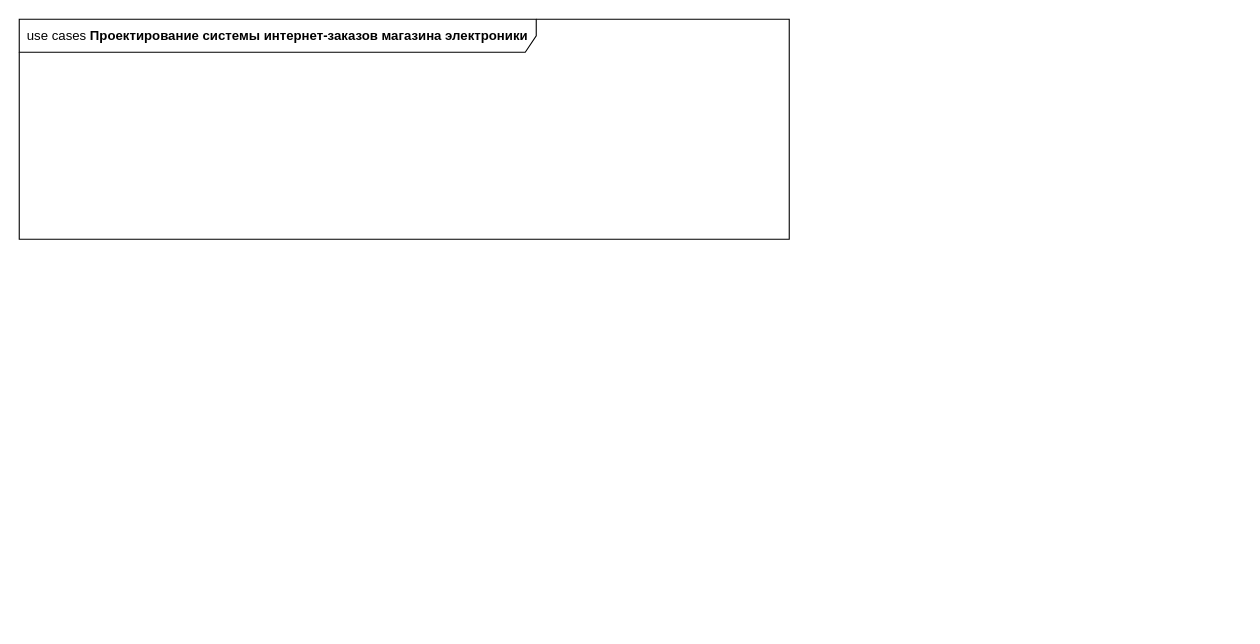
The draw.io diagram use_case.drawio in randomunrandom/MSS, before the edit. Source tidied: cells renumbered, new cells numbered last; positions are measured from the earlier drawing's top-left corner, leaving out a move shared by most shapes. Both pictures are drawn from the tidied source at 110%, with x=0, y=0 at pixel (19, 19).
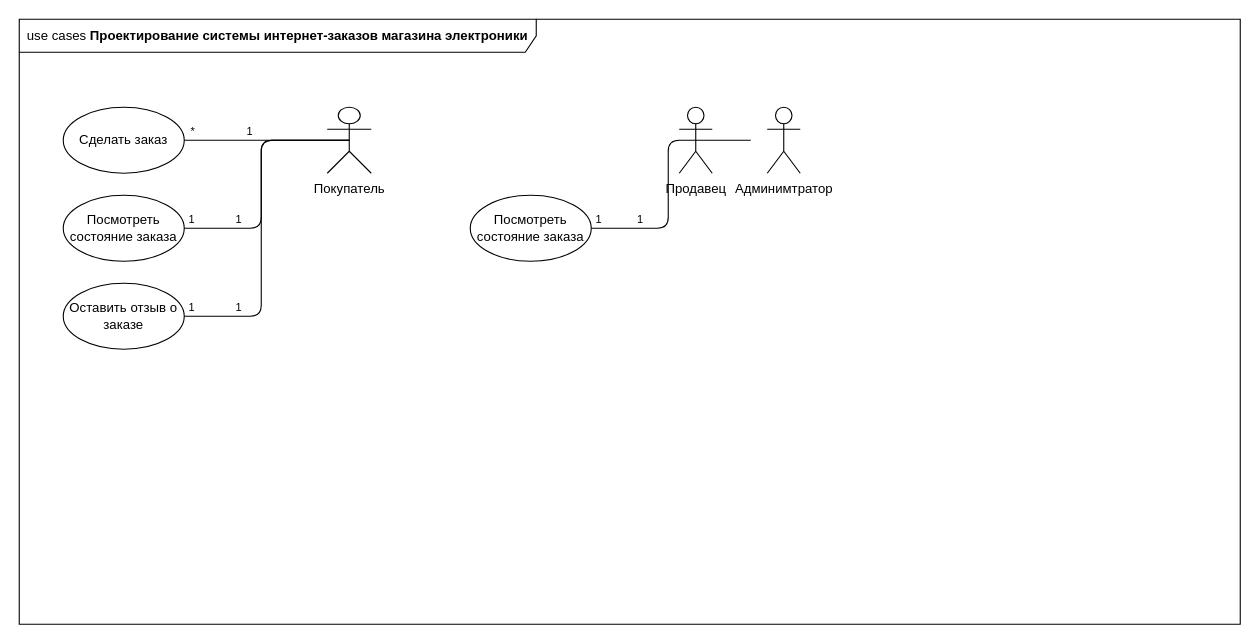
After the change.

Change to the diagram source:
```diff
@@
     <mxCell id="2" value="use cases &lt;b&gt;Проектирование системы интернет-заказов магазина электроники&lt;/b&gt;" style="shape=umlFrame;whiteSpace=wrap;html=1;width=470;height=30;" parent="1" vertex="1">
-      <mxGeometry width="700" height="200" as="geometry" />
+      <mxGeometry width="1110" height="550" as="geometry" />
     </mxCell>
+    <mxCell id="3" value="Покупатель" style="shape=umlActor;verticalLabelPosition=bottom;labelBackgroundColor=#ffffff;verticalAlign=top;html=1;" parent="1" vertex="1">
+      <mxGeometry x="280" y="80" width="40" height="60" as="geometry" />
+    </mxCell>
+    <mxCell id="4" value="Сделать заказ" style="ellipse;whiteSpace=wrap;html=1;fontFamily=Helvetica;fontSize=12;fontColor=#000000;align=center;strokeColor=#000000;fillColor=#ffffff;" parent="1" vertex="1">
+      <mxGeometry x="40" y="80" width="110" height="60" as="geometry" />
+    </mxCell>
+    <mxCell id="5" value="Продавец" style="shape=umlActor;verticalLabelPosition=bottom;labelBackgroundColor=#ffffff;verticalAlign=top;html=1;" parent="1" vertex="1">
+      <mxGeometry x="600" y="80" width="30" height="60" as="geometry" />
+    </mxCell>
+    <mxCell id="6" value="Админимтратор" style="shape=umlActor;verticalLabelPosition=bottom;labelBackgroundColor=#ffffff;verticalAlign=top;html=1;" parent="1" vertex="1">
+      <mxGeometry x="680" y="80" width="30" height="60" as="geometry" />
+    </mxCell>
+    <mxCell id="7" style="endArrow=none;html=1;edgeStyle=orthogonalEdgeStyle;align=right;exitX=0.5;exitY=0.5;exitDx=0;exitDy=0;exitPerimeter=0;entryX=1;entryY=0.5;entryDx=0;entryDy=0;" parent="1" edge="1" source="3" target="4">
+      <mxGeometry relative="1" as="geometry" />
+    </mxCell>
+    <mxCell id="8" value="1" style="html=1;align=left;verticalAlign=bottom;labelBackgroundColor=#ffffff;fontSize=10;" parent="7" vertex="1">
+      <mxGeometry x="-1" relative="1" as="geometry">
+        <mxPoint x="-95" as="offset" />
+      </mxGeometry>
+    </mxCell>
+    <mxCell id="9" value="*" style="html=1;align=right;verticalAlign=bottom;labelBackgroundColor=#ffffff;fontSize=10;" parent="7" vertex="1">
+      <mxGeometry x="1" relative="1" as="geometry">
+        <mxPoint x="10.1" as="offset" />
+      </mxGeometry>
+    </mxCell>
+    <mxCell id="10" value="Посмотреть состояние заказа " style="ellipse;whiteSpace=wrap;html=1;fontFamily=Helvetica;fontSize=12;fontColor=#000000;align=center;strokeColor=#000000;fillColor=#ffffff;" parent="1" vertex="1">
+      <mxGeometry x="40" y="160" width="110" height="60" as="geometry" />
+    </mxCell>
+    <mxCell id="11" style="endArrow=none;html=1;edgeStyle=orthogonalEdgeStyle;align=right;entryX=1;entryY=0.5;entryDx=0;entryDy=0;exitX=0.5;exitY=0.5;exitDx=0;exitDy=0;exitPerimeter=0;" parent="1" edge="1" source="3" target="10">
+      <mxGeometry relative="1" as="geometry">
+        <Array as="points">
+          <mxPoint x="220" y="110" />
+          <mxPoint x="220" y="190" />
+        </Array>
+      </mxGeometry>
+    </mxCell>
+    <mxCell id="12" value="1" style="html=1;align=left;verticalAlign=bottom;labelBackgroundColor=#ffffff;fontSize=10;" parent="11" vertex="1">
+      <mxGeometry x="-1" relative="1" as="geometry">
+        <mxPoint x="-105" y="80" as="offset" />
+      </mxGeometry>
+    </mxCell>
+    <mxCell id="13" value="1" style="html=1;align=right;verticalAlign=bottom;labelBackgroundColor=#ffffff;fontSize=10;" parent="11" vertex="1">
+      <mxGeometry x="1" relative="1" as="geometry">
+        <mxPoint x="10.1" as="offset" />
+      </mxGeometry>
+    </mxCell>
+    <mxCell id="14" value="Оставить отзыв о заказе" style="ellipse;whiteSpace=wrap;html=1;fontFamily=Helvetica;fontSize=12;fontColor=#000000;align=center;strokeColor=#000000;fillColor=#ffffff;" parent="1" vertex="1">
+      <mxGeometry x="40" y="240" width="110" height="60" as="geometry" />
+    </mxCell>
+    <mxCell id="15" style="endArrow=none;html=1;edgeStyle=orthogonalEdgeStyle;align=right;exitX=0.5;exitY=0.5;exitDx=0;exitDy=0;exitPerimeter=0;" parent="1" edge="1" source="3">
+      <mxGeometry relative="1" as="geometry">
+        <mxPoint x="150" y="270" as="targetPoint" />
+        <Array as="points">
+          <mxPoint x="220" y="110" />
+          <mxPoint x="220" y="270" />
+        </Array>
+      </mxGeometry>
+    </mxCell>
+    <mxCell id="16" value="1" style="html=1;align=left;verticalAlign=bottom;labelBackgroundColor=#ffffff;fontSize=10;" parent="15" vertex="1">
+      <mxGeometry x="-1" relative="1" as="geometry">
+        <mxPoint x="-105" y="160" as="offset" />
+      </mxGeometry>
+    </mxCell>
+    <mxCell id="17" value="1" style="html=1;align=right;verticalAlign=bottom;labelBackgroundColor=#ffffff;fontSize=10;" parent="15" vertex="1">
+      <mxGeometry x="1" relative="1" as="geometry">
+        <mxPoint x="10.1" as="offset" />
+      </mxGeometry>
+    </mxCell>
+    <mxCell id="18" value="Посмотреть состояние заказа " style="ellipse;whiteSpace=wrap;html=1;fontFamily=Helvetica;fontSize=12;fontColor=#000000;align=center;strokeColor=#000000;fillColor=#ffffff;" parent="1" vertex="1">
+      <mxGeometry x="410" y="160" width="110" height="60" as="geometry" />
+    </mxCell>
+    <mxCell id="19" style="endArrow=none;html=1;edgeStyle=orthogonalEdgeStyle;align=right;exitX=0.5;exitY=0.5;exitDx=0;exitDy=0;exitPerimeter=0;entryX=1;entryY=0.5;entryDx=0;entryDy=0;" parent="1" edge="1" target="18">
+      <mxGeometry relative="1" as="geometry">
+        <mxPoint x="665" y="110" as="sourcePoint" />
+        <Array as="points">
+          <mxPoint x="590" y="110" />
+          <mxPoint x="590" y="190" />
+        </Array>
+      </mxGeometry>
+    </mxCell>
+    <mxCell id="20" value="1" style="html=1;align=left;verticalAlign=bottom;labelBackgroundColor=#ffffff;fontSize=10;" parent="19" vertex="1">
+      <mxGeometry x="-1" relative="1" as="geometry">
+        <mxPoint x="-105" y="80" as="offset" />
+      </mxGeometry>
+    </mxCell>
+    <mxCell id="21" value="1" style="html=1;align=right;verticalAlign=bottom;labelBackgroundColor=#ffffff;fontSize=10;" parent="19" vertex="1">
+      <mxGeometry x="1" relative="1" as="geometry">
+        <mxPoint x="10.1" as="offset" />
+      </mxGeometry>
+    </mxCell>
```
